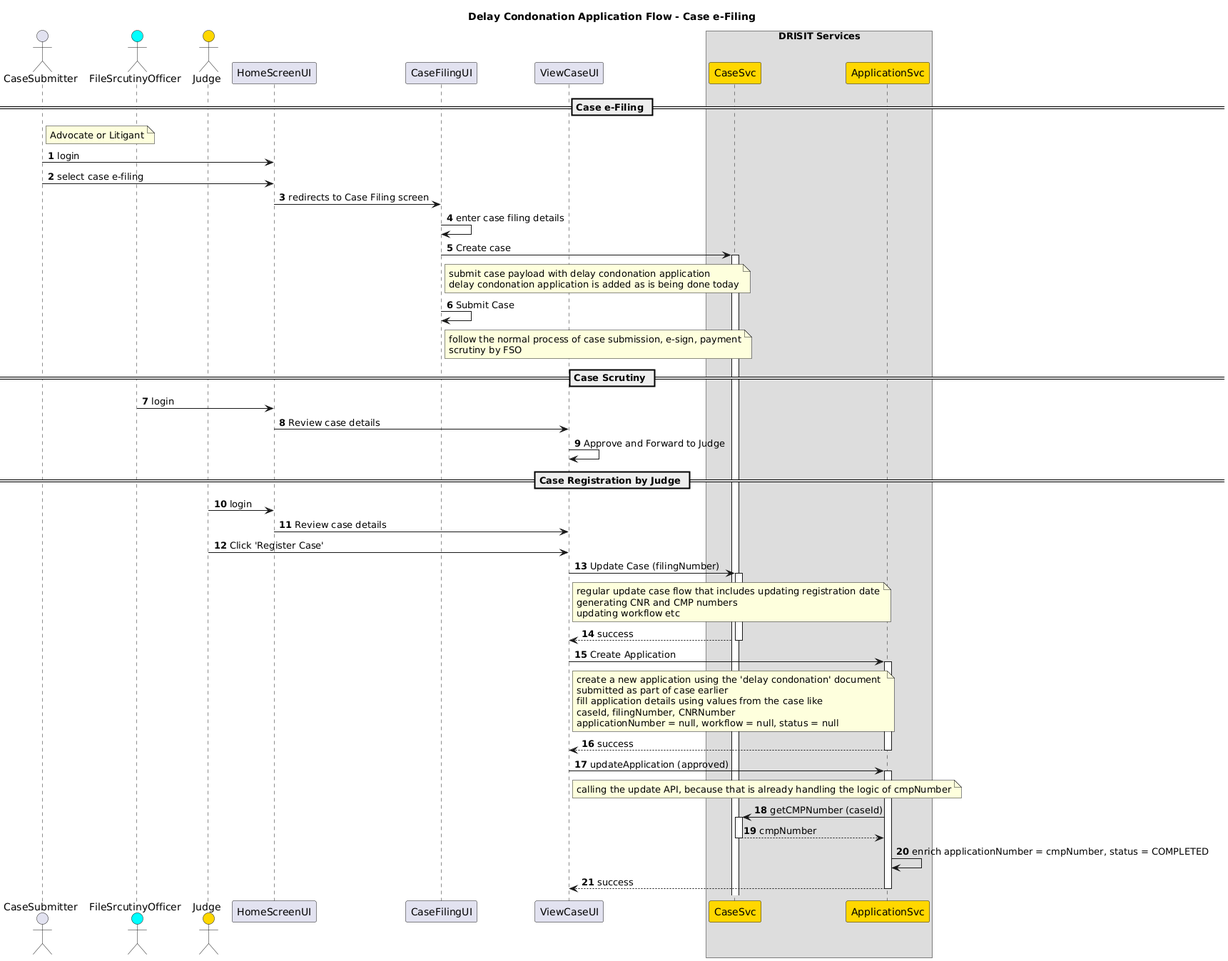
Earlier version of the PlantUML export docs/UI_Sequence_Diagrams/Case Flows/Diagrams/DelayCondonationApplication.png (pucardotorg/dristi).
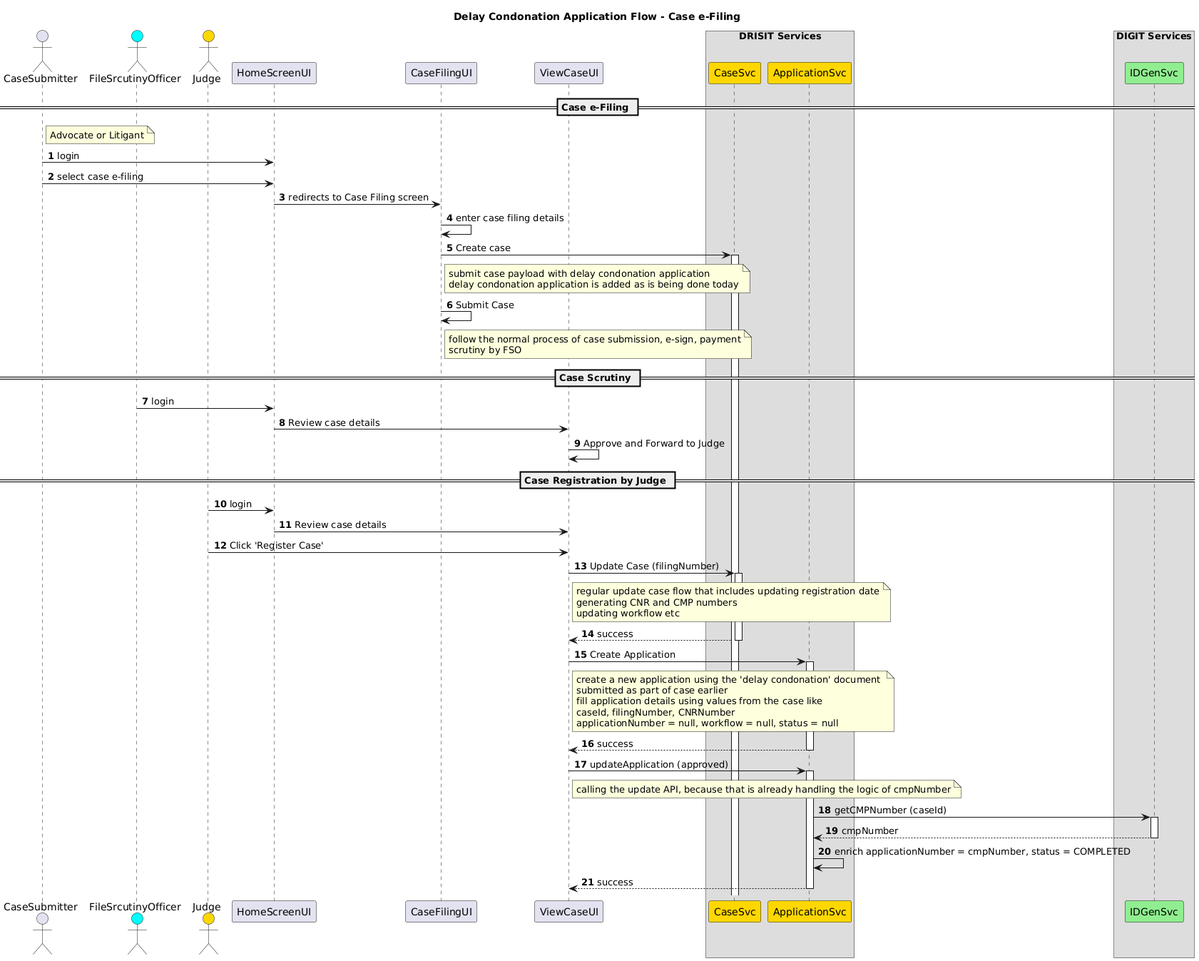
Above is the later version.

What changed in the source:
```diff
@@ -15,6 +15,10 @@
 box DRISIT Services
 participant CaseSvc as CS #gold
 participant ApplicationSvc as AS #gold
+end box
+
+box DIGIT Services
+participant IDGenSvc as IS #lightgreen
 end box
 
 == Case e-Filing ==
@@ -63,7 +67,7 @@
 return success
 VU->AS++: updateApplication (approved)
 note right of VU: calling the update API, because that is already handling the logic of cmpNumber
-AS->CS++: getCMPNumber (caseId)
+AS->IS++: getCMPNumber (caseId)
 return cmpNumber
 AS->AS: enrich applicationNumber = cmpNumber, status = COMPLETED
 return success
```
